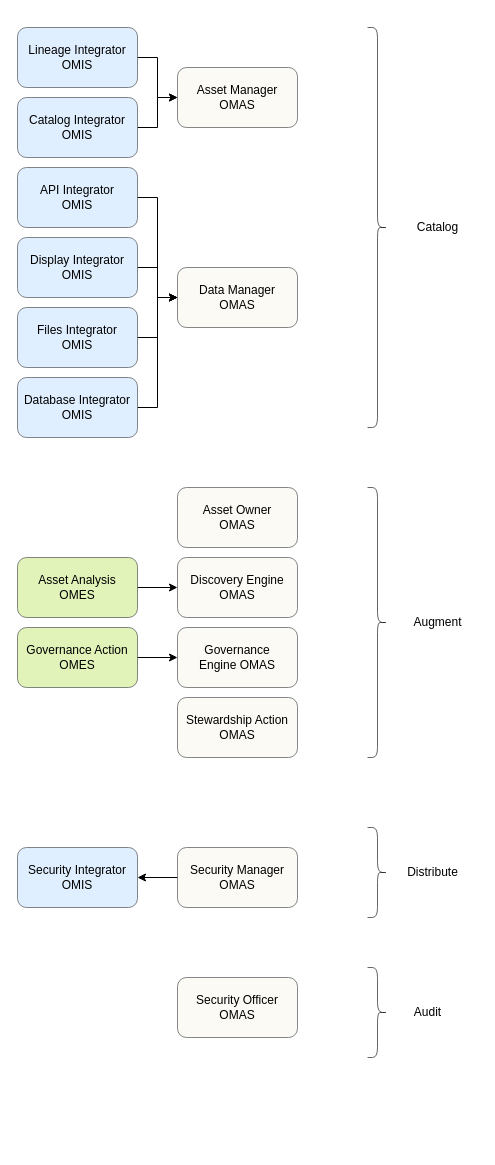
Earlier version of the draw.io diagram page "technology" (4 of 4) of site/docs/features/synchronized-access-control/security-tags.drawio (odpi/egeria-docs). Source tidied: cells renumbered, new cells numbered last; positions are measured from the earlier drawing's top-left corner, leaving out a move shared by most shapes. Both pictures are drawn from the tidied source at 100%, with x=0, y=0 at pixel (17, 27).
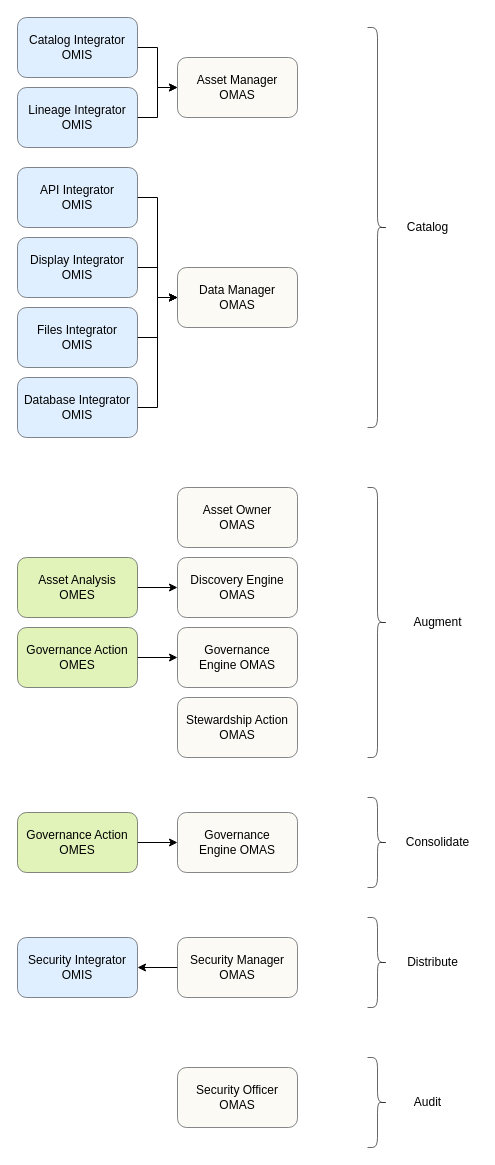
The same page after the edit.

Change to the diagram source:
```diff
@@
     <mxCell id="4" value="Security Manager OMAS" style="rounded=1;whiteSpace=wrap;html=1;fontSize=12;opacity=60;fillColor=#f9f7ed;strokeColor=#36393d;" parent="1" vertex="1">
-      <mxGeometry x="160" y="820" width="120" height="60" as="geometry" />
+      <mxGeometry x="160" y="910" width="120" height="60" as="geometry" />
     </mxCell>
@@
     <mxCell id="12" value="Security Integrator&lt;br&gt;OMIS" style="rounded=1;whiteSpace=wrap;html=1;fontSize=12;opacity=60;fillColor=#cce5ff;strokeColor=#36393d;" parent="1" vertex="1">
-      <mxGeometry y="820" width="120" height="60" as="geometry" />
+      <mxGeometry y="910" width="120" height="60" as="geometry" />
     </mxCell>
@@
     <mxCell id="15" value="Security Officer OMAS" style="rounded=1;whiteSpace=wrap;html=1;fontSize=12;opacity=60;fillColor=#f9f7ed;strokeColor=#36393d;" parent="1" vertex="1">
-      <mxGeometry x="160" y="950" width="120" height="60" as="geometry" />
+      <mxGeometry x="160" y="1040" width="120" height="60" as="geometry" />
     </mxCell>
@@
     <mxCell id="23" value="Catalog Integrator&lt;br&gt;OMIS" style="rounded=1;whiteSpace=wrap;html=1;fontSize=12;opacity=60;fillColor=#cce5ff;strokeColor=#36393d;" parent="1" vertex="1">
-      <mxGeometry y="70" width="120" height="60" as="geometry" />
+      <mxGeometry y="-10" width="120" height="60" as="geometry" />
     </mxCell>
     <mxCell id="24" value="Asset Manager&lt;br&gt;OMAS" style="rounded=1;whiteSpace=wrap;html=1;fontSize=12;opacity=60;fillColor=#f9f7ed;strokeColor=#36393d;" parent="1" vertex="1">
-      <mxGeometry x="160" y="40" width="120" height="60" as="geometry" />
+      <mxGeometry x="160" y="30" width="120" height="60" as="geometry" />
     </mxCell>
@@
     <mxCell id="26" value="Lineage Integrator&lt;br&gt;OMIS" style="rounded=1;whiteSpace=wrap;html=1;fontSize=12;opacity=60;fillColor=#cce5ff;strokeColor=#36393d;" parent="1" vertex="1">
-      <mxGeometry width="120" height="60" as="geometry" />
+      <mxGeometry y="60" width="120" height="60" as="geometry" />
     </mxCell>
@@
     <mxCell id="28" value="Catalog" style="text;html=1;align=center;verticalAlign=middle;strokeColor=none;fontSize=12;" parent="1" vertex="1">
-      <mxGeometry x="390" y="190" width="60" height="20" as="geometry" />
+      <mxGeometry x="380" y="190" width="60" height="20" as="geometry" />
     </mxCell>
@@
     <mxCell id="31" style="shape=curlyBracket;whiteSpace=wrap;html=1;rounded=1;flipH=1;fontSize=12;opacity=60;" parent="1" vertex="1">
-      <mxGeometry x="350" y="800" width="20" height="90" as="geometry" />
+      <mxGeometry x="350" y="890" width="20" height="90" as="geometry" />
     </mxCell>
     <mxCell id="32" value="Distribute" style="text;html=1;align=center;verticalAlign=middle;strokeColor=none;fontSize=12;" parent="1" vertex="1">
-      <mxGeometry x="380" y="835" width="70" height="20" as="geometry" />
+      <mxGeometry x="380" y="925" width="70" height="20" as="geometry" />
     </mxCell>
     <mxCell id="33" style="shape=curlyBracket;whiteSpace=wrap;html=1;rounded=1;flipH=1;fontSize=12;opacity=60;" parent="1" vertex="1">
-      <mxGeometry x="350" y="940" width="20" height="90" as="geometry" />
+      <mxGeometry x="350" y="1030" width="20" height="90" as="geometry" />
     </mxCell>
     <mxCell id="34" value="Audit" style="text;html=1;align=center;verticalAlign=middle;strokeColor=none;fontSize=12;" parent="1" vertex="1">
-      <mxGeometry x="390" y="975" width="40" height="20" as="geometry" />
+      <mxGeometry x="390" y="1065" width="40" height="20" as="geometry" />
     </mxCell>
@@
+    <mxCell id="36" style="shape=curlyBracket;whiteSpace=wrap;html=1;rounded=1;flipH=1;fontSize=12;opacity=60;" parent="1" vertex="1">
+      <mxGeometry x="350" y="770" width="20" height="90" as="geometry" />
+    </mxCell>
+    <mxCell id="37" value="Consolidate" style="text;html=1;align=center;verticalAlign=middle;strokeColor=none;fontSize=12;" parent="1" vertex="1">
+      <mxGeometry x="380" y="805" width="80" height="20" as="geometry" />
+    </mxCell>
+    <mxCell id="38" value="Governance&lt;br&gt;Engine OMAS" style="rounded=1;whiteSpace=wrap;html=1;fontSize=12;opacity=60;fillColor=#f9f7ed;strokeColor=#36393d;" parent="1" vertex="1">
+      <mxGeometry x="160" y="785" width="120" height="60" as="geometry" />
+    </mxCell>
+    <mxCell id="39" style="edgeStyle=orthogonalEdgeStyle;rounded=0;jettySize=auto;html=1;entryX=0;entryY=0.5;entryDx=0;entryDy=0;fontSize=12;fillColor=#ffffff;" parent="1" edge="1" source="40" target="38">
+      <mxGeometry relative="1" as="geometry" />
+    </mxCell>
+    <mxCell id="40" value="Governance Action&lt;br&gt;OMES" style="rounded=1;whiteSpace=wrap;html=1;fontSize=12;opacity=60;fillColor=#cdeb8b;strokeColor=#36393d;" parent="1" vertex="1">
+      <mxGeometry y="785" width="120" height="60" as="geometry" />
+    </mxCell>
```
